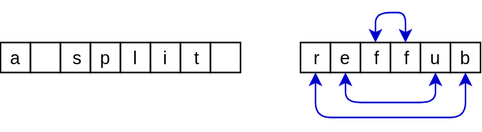
briansteffens/briansteffens.github.io keeps this draw.io diagram as blog/split-buffer/split-buffer-8.svg. Above is the earlier version. Source tidied: cells renumbered, new cells last; positions are measured from the earlier drawing's top-left corner, leaving out a move shared by most shapes.
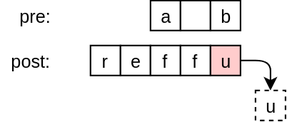
Above is the later version.

Commit message:
Add split buffer content

Change to the diagram source:
```diff
@@ -3,70 +3,44 @@
     <mxCell id="0" />
     <mxCell id="1" parent="0" />
     <mxCell id="2" value="a" style="rounded=0;whiteSpace=wrap;html=1;shadow=0;" parent="1" vertex="1">
-      <mxGeometry y="20" width="20" height="20" as="geometry" />
+      <mxGeometry x="120" y="-30" width="20" height="20" as="geometry" />
     </mxCell>
     <mxCell id="3" style="rounded=0;whiteSpace=wrap;html=1;shadow=0;" parent="1" vertex="1">
-      <mxGeometry x="20" y="20" width="20" height="20" as="geometry" />
+      <mxGeometry x="140" y="-30" width="20" height="20" as="geometry" />
     </mxCell>
     <mxCell id="4" value="r" style="rounded=0;whiteSpace=wrap;html=1;shadow=0;" parent="1" vertex="1">
-      <mxGeometry x="200" y="20" width="20" height="20" as="geometry" />
+      <mxGeometry x="80" width="20" height="20" as="geometry" />
     </mxCell>
     <mxCell id="5" value="e" style="rounded=0;whiteSpace=wrap;html=1;shadow=0;" parent="1" vertex="1">
-      <mxGeometry x="220" y="20" width="20" height="20" as="geometry" />
+      <mxGeometry x="100" width="20" height="20" as="geometry" />
     </mxCell>
     <mxCell id="6" value="f" style="rounded=0;whiteSpace=wrap;html=1;shadow=0;" parent="1" vertex="1">
-      <mxGeometry x="240" y="20" width="20" height="20" as="geometry" />
+      <mxGeometry x="120" width="20" height="20" as="geometry" />
     </mxCell>
     <mxCell id="7" value="f" style="rounded=0;whiteSpace=wrap;html=1;shadow=0;" parent="1" vertex="1">
-      <mxGeometry x="260" y="20" width="20" height="20" as="geometry" />
+      <mxGeometry x="140" width="20" height="20" as="geometry" />
     </mxCell>
-    <mxCell id="8" value="u" style="rounded=0;whiteSpace=wrap;html=1;shadow=0;" parent="1" vertex="1">
-      <mxGeometry x="280" y="20" width="20" height="20" as="geometry" />
+    <mxCell id="8" value="u" style="rounded=0;whiteSpace=wrap;html=1;shadow=0;fillColor=#FFCCCC;" parent="1" vertex="1">
+      <mxGeometry x="160" width="20" height="20" as="geometry" />
     </mxCell>
-    <mxCell id="9" value="b" style="rounded=0;whiteSpace=wrap;html=1;shadow=0;fillColor=#ffffff;strokeColor=#000000;" parent="1" vertex="1">
-      <mxGeometry x="300" y="20" width="20" height="20" as="geometry" />
+    <mxCell id="9" value="pre:" style="text;html=1;strokeColor=none;fillColor=none;align=center;verticalAlign=middle;whiteSpace=wrap;shadow=0;" parent="1" vertex="1">
+      <mxGeometry x="23" y="-30" width="40" height="20" as="geometry" />
     </mxCell>
-    <mxCell id="10" value="s" style="rounded=0;whiteSpace=wrap;html=1;shadow=0;" parent="1" vertex="1">
-      <mxGeometry x="40" y="20" width="20" height="20" as="geometry" />
+    <mxCell id="10" value="post:" style="text;html=1;strokeColor=none;fillColor=none;align=center;verticalAlign=middle;whiteSpace=wrap;shadow=0;" parent="1" vertex="1">
+      <mxGeometry x="20" width="40" height="20" as="geometry" />
     </mxCell>
-    <mxCell id="11" value="p" style="rounded=0;whiteSpace=wrap;html=1;shadow=0;" parent="1" vertex="1">
-      <mxGeometry x="60" y="20" width="20" height="20" as="geometry" />
+    <mxCell id="11" value="b" style="rounded=0;whiteSpace=wrap;html=1;shadow=0;fillColor=#ffffff;strokeColor=#000000;" parent="1" vertex="1">
+      <mxGeometry x="160" y="-30" width="20" height="20" as="geometry" />
     </mxCell>
-    <mxCell id="12" value="l" style="rounded=0;whiteSpace=wrap;html=1;shadow=0;" parent="1" vertex="1">
-      <mxGeometry x="80" y="20" width="20" height="20" as="geometry" />
+    <mxCell id="12" style="endArrow=classic;html=1;strokeColor=#000000;exitX=1;exitY=0.5;entryX=0.5;entryY=0;" parent="1" edge="1" source="8" target="13">
+      <mxGeometry relative="1" as="geometry">
+        <Array as="points">
+          <mxPoint x="200" y="10" />
+        </Array>
+      </mxGeometry>
     </mxCell>
-    <mxCell id="13" value="i" style="rounded=0;whiteSpace=wrap;html=1;shadow=0;" parent="1" vertex="1">
-      <mxGeometry x="100" y="20" width="20" height="20" as="geometry" />
+    <mxCell id="13" value="u" style="rounded=0;whiteSpace=wrap;html=1;shadow=0;fillColor=#ffffff;dashed=1;strokeColor=#000000;" parent="1" vertex="1">
+      <mxGeometry x="190" y="30" width="20" height="20" as="geometry" />
     </mxCell>
-    <mxCell id="14" value="t" style="rounded=0;whiteSpace=wrap;html=1;shadow=0;" parent="1" vertex="1">
-      <mxGeometry x="120" y="20" width="20" height="20" as="geometry" />
-    </mxCell>
-    <mxCell id="15" value="&amp;nbsp;" style="rounded=0;whiteSpace=wrap;html=1;shadow=0;fillColor=#ffffff;strokeColor=#000000;" parent="1" vertex="1">
-      <mxGeometry x="140" y="20" width="20" height="20" as="geometry" />
-    </mxCell>
-    <mxCell id="16" style="endArrow=classic;startArrow=classic;html=1;strokeColor=#0000CC;entryX=0.5;entryY=1;exitX=0.5;exitY=1;" parent="1" edge="1" source="4" target="9">
-      <mxGeometry relative="1" as="geometry">
-        <Array as="points">
-          <mxPoint x="210" y="70" />
-          <mxPoint x="310" y="70" />
-        </Array>
-      </mxGeometry>
-    </mxCell>
-    <mxCell id="17" style="endArrow=classic;startArrow=classic;html=1;strokeColor=#0000CC;entryX=0.5;entryY=1;exitX=0.5;exitY=1;" parent="1" edge="1" source="5" target="8">
-      <mxGeometry relative="1" as="geometry">
-        <Array as="points">
-          <mxPoint x="230" y="60" />
-          <mxPoint x="290" y="60" />
-        </Array>
-      </mxGeometry>
-    </mxCell>
-    <mxCell id="18" style="endArrow=classic;startArrow=classic;html=1;strokeColor=#0000CC;entryX=0.5;entryY=0;exitX=0.5;exitY=0;" parent="1" edge="1" source="6" target="7">
-      <mxGeometry relative="1" as="geometry">
-        <Array as="points">
-          <mxPoint x="250" />
-          <mxPoint x="270" />
-        </Array>
-      </mxGeometry>
-    </mxCell>
   </root>
 </mxGraphModel>
```
